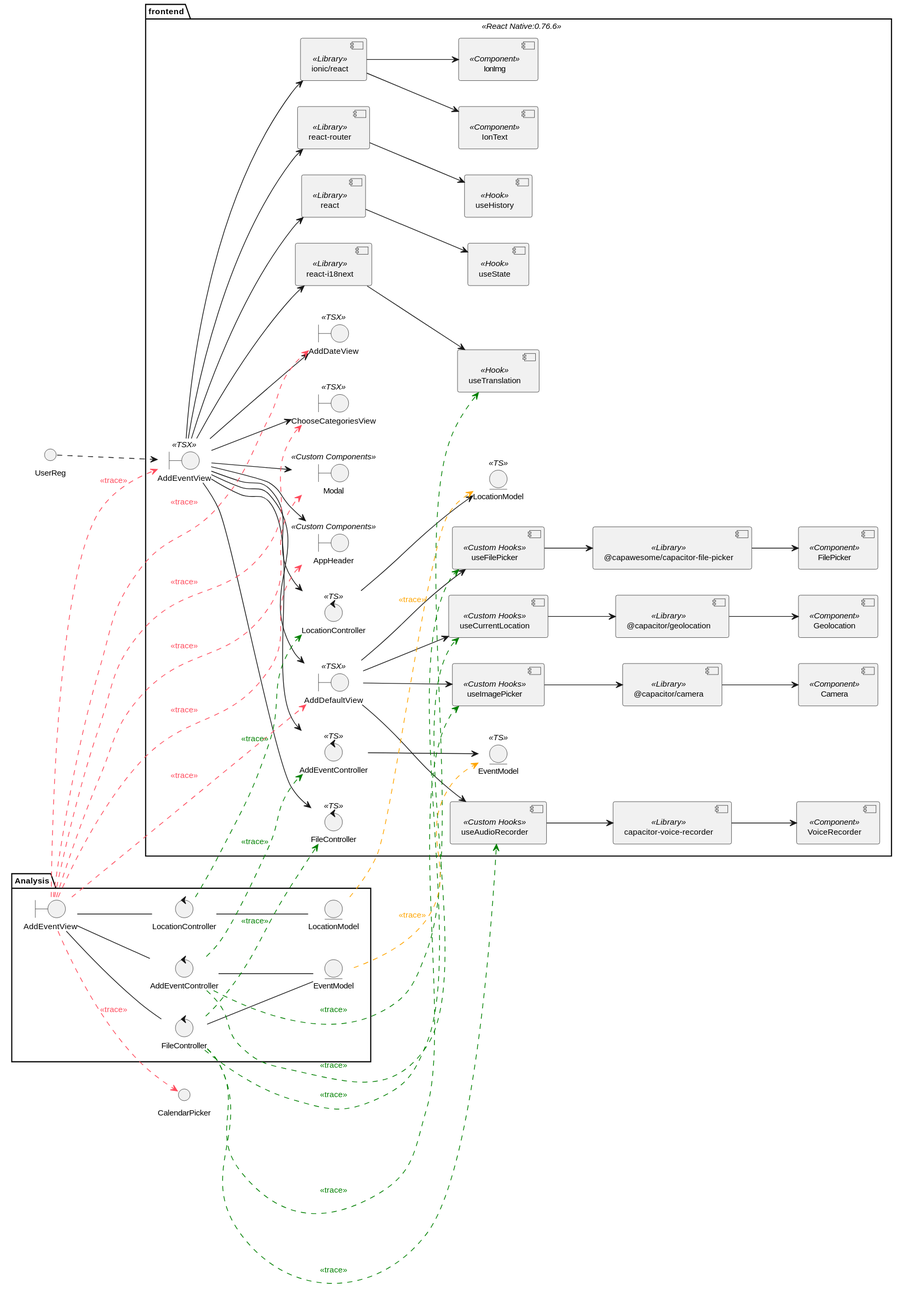
This is Diseño/Ionic/UC 6 Diseño/diagramas/TraceAnalysisClassDiagram.svg from valeraruggierotesisucv/tesis-frameworks-mobile-diagrams, a PlantUML export, as it was before one commit.
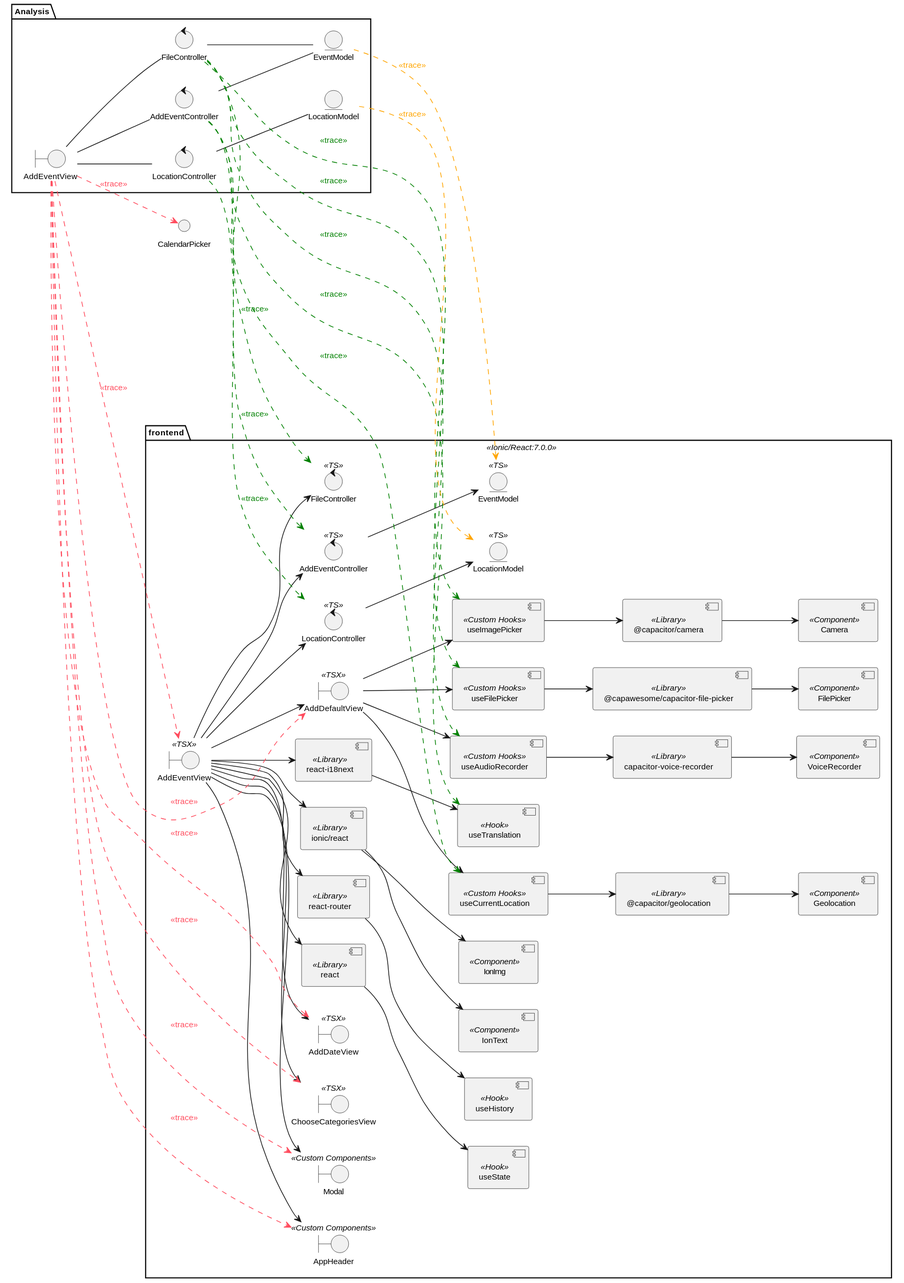
After the change.

The edit, as a diff of the source:
```diff
@@ -26,7 +26,7 @@
 }
 
 
-package frontend <<React Native:0.76.6>>{
+package frontend << Ionic/React:7.0.0 >>{
     boundary "AddEventView" as addEventView << TSX >>
     boundary "AddDefaultView" as AddDefaultView << TSX >>
     boundary "AddDateView" as AddDateView << TSX >>
@@ -117,7 +117,6 @@
 
 ReactI18next --> useTranslation
 
-UserReg ..> addEventView
 
 addEventViewAnalysis .[#ff4b5d].> addEventView : <font color=#ff4b5d><<trace>></font>
 addEventViewAnalysis .[#ff4b5d].> AddDefaultView : <font color=#ff4b5d><<trace>></font>
```
